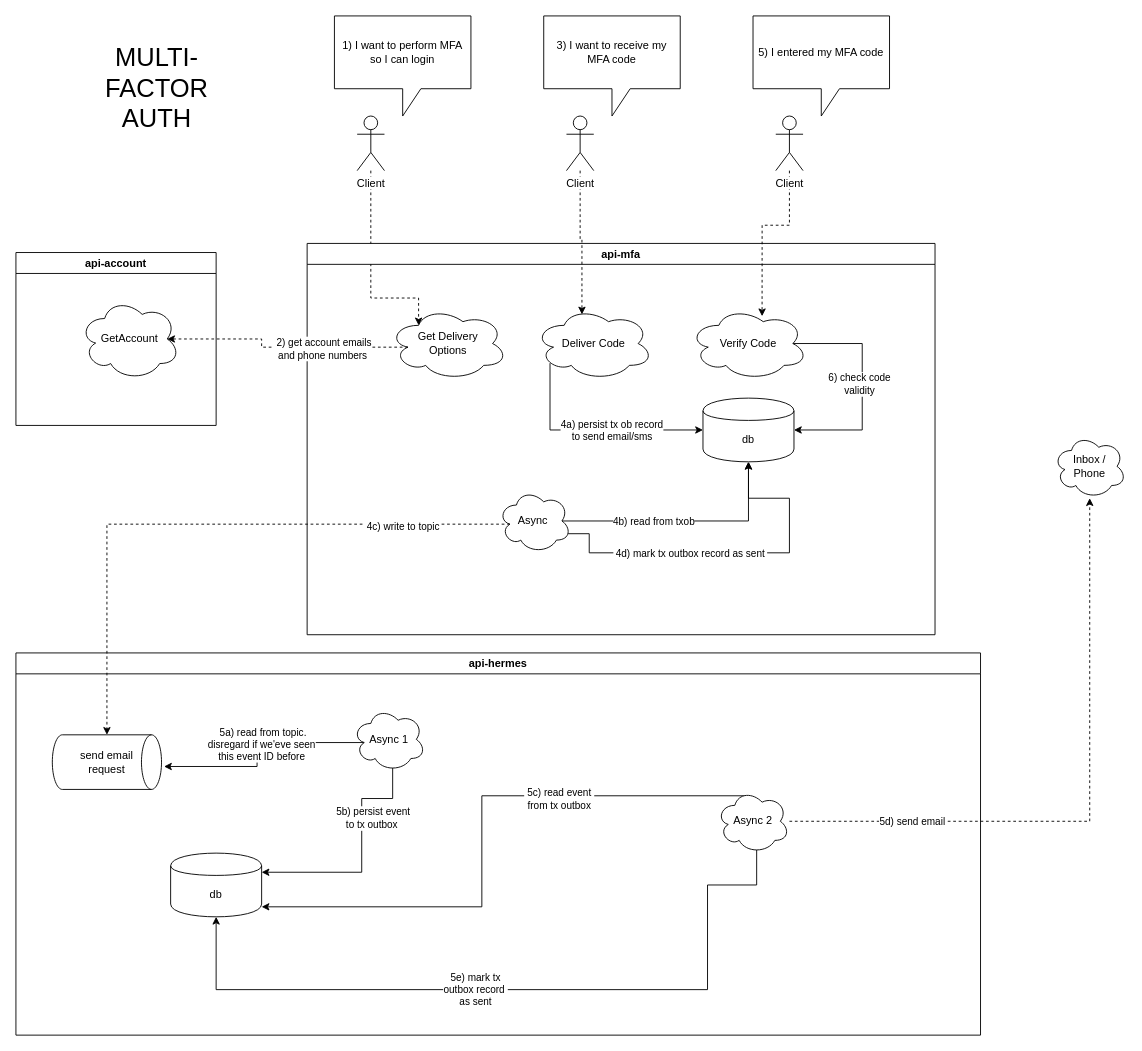
The draw.io diagram page "mfa" (4 of 5) of architecture.drawio in AlpacaLabs/protorepo, before the edit. Source tidied: cells renumbered, new cells numbered last; positions are measured from the earlier drawing's top-left corner, leaving out a move shared by most shapes. Both pictures are drawn from the tidied source at 91%, with x=0, y=0 at pixel (15, 15).
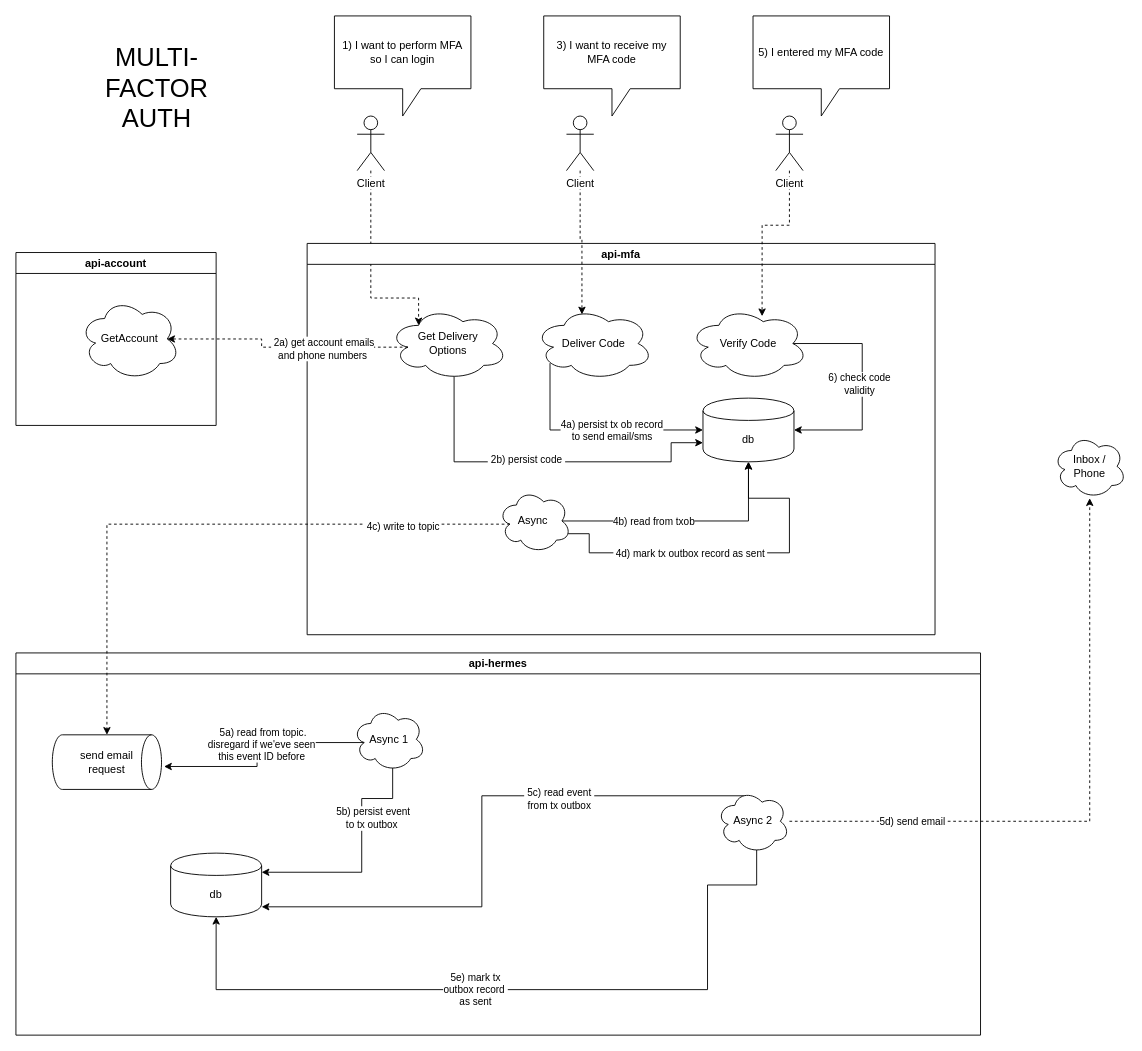
The same diagram, later.

Unchanged cells that the change refers to:
```xml
<mxCell id="4" value="api-mfa" style="swimlane;rounded=0;" parent="1" vertex="1">
  <mxGeometry x="320" y="250" width="690" height="430" as="geometry" />
</mxCell>
<mxCell id="5" value="&lt;span class=&quot;pl-en&quot;&gt;Get Delivery &lt;br&gt;Options&lt;br&gt;&lt;/span&gt;" style="ellipse;shape=cloud;whiteSpace=wrap;html=1;" parent="4" vertex="1">
  <mxGeometry x="90" y="70" width="130" height="80" as="geometry" />
</mxCell>
<mxCell id="6" value="db" style="shape=cylinder;whiteSpace=wrap;html=1;boundedLbl=1;backgroundOutline=1;" parent="4" vertex="1">
  <mxGeometry x="435" y="170" width="100" height="70" as="geometry" />
</mxCell>
<mxCell id="21" style="edgeStyle=orthogonalEdgeStyle;rounded=0;jettySize=auto;html=1;exitX=0.16;exitY=0.55;exitDx=0;exitDy=0;exitPerimeter=0;entryX=0.875;entryY=0.5;entryDx=0;entryDy=0;entryPerimeter=0;dashed=1;" parent="1" edge="1" source="5" target="20">
  <mxGeometry relative="1" as="geometry">
    <Array as="points">
      <mxPoint x="270" y="364" />
      <mxPoint x="270" y="355" />
    </Array>
  </mxGeometry>
</mxCell>
```

Change to the diagram source:
```diff
@@
+    <mxCell id="47" style="edgeStyle=orthogonalEdgeStyle;rounded=0;jettySize=auto;html=1;exitX=0.55;exitY=0.95;exitDx=0;exitDy=0;exitPerimeter=0;entryX=0;entryY=0.7;entryDx=0;entryDy=0;" parent="4" edge="1" source="5" target="6">
+      <mxGeometry relative="1" as="geometry">
+        <Array as="points">
+          <mxPoint x="162" y="240" />
+          <mxPoint x="400" y="240" />
+          <mxPoint x="400" y="219" />
+        </Array>
+      </mxGeometry>
+    </mxCell>
+    <mxCell id="48" value="&amp;nbsp;2b) persist code&amp;nbsp;" style="edgeLabel;html=1;align=center;verticalAlign=middle;" parent="47" vertex="1">
+      <mxGeometry x="-0.53" y="37" relative="1" as="geometry">
+        <mxPoint x="41.5" as="offset" />
+      </mxGeometry>
+    </mxCell>
@@
-    <mxCell id="22" value="&amp;nbsp;2) get account emails&lt;br&gt;and phone numbers" style="edgeLabel;html=1;align=center;verticalAlign=middle;" parent="21" vertex="1">
+    <mxCell id="22" value="&amp;nbsp;2a) get account emails&lt;br&gt;and phone numbers" style="edgeLabel;html=1;align=center;verticalAlign=middle;" parent="21" vertex="1">
       <mxGeometry x="-0.55" y="-1" relative="1" as="geometry">
         <mxPoint x="-32.8" y="2" as="offset" />
       </mxGeometry>
     </mxCell>
```
